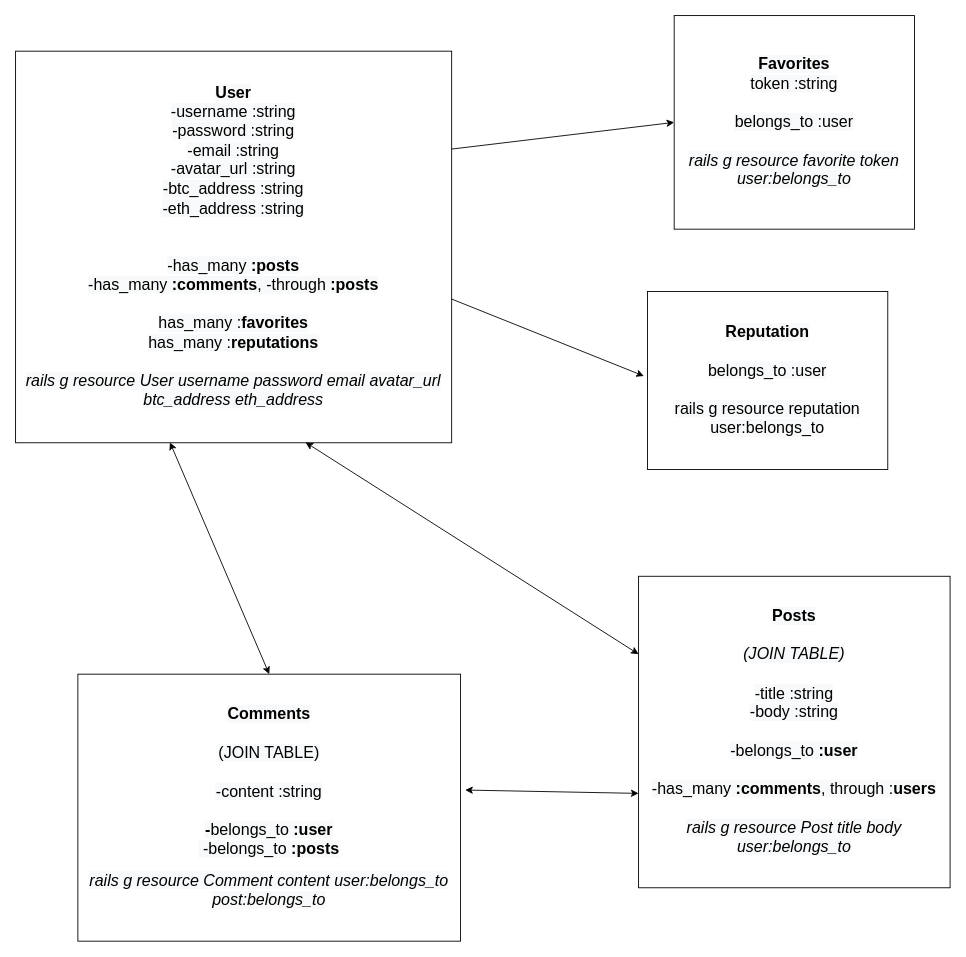
The draw.io diagram page "Backend - associations" (1 of 2) of association-diagram.drawio in mikestarrdev/Crypto-Portal, before the edit. Source tidied: cells renumbered, new cells numbered last; positions are measured from the earlier drawing's top-left corner, leaving out a move shared by most shapes. Both pictures are drawn from the tidied source at 89%, with x=0, y=0 at pixel (15, 15).
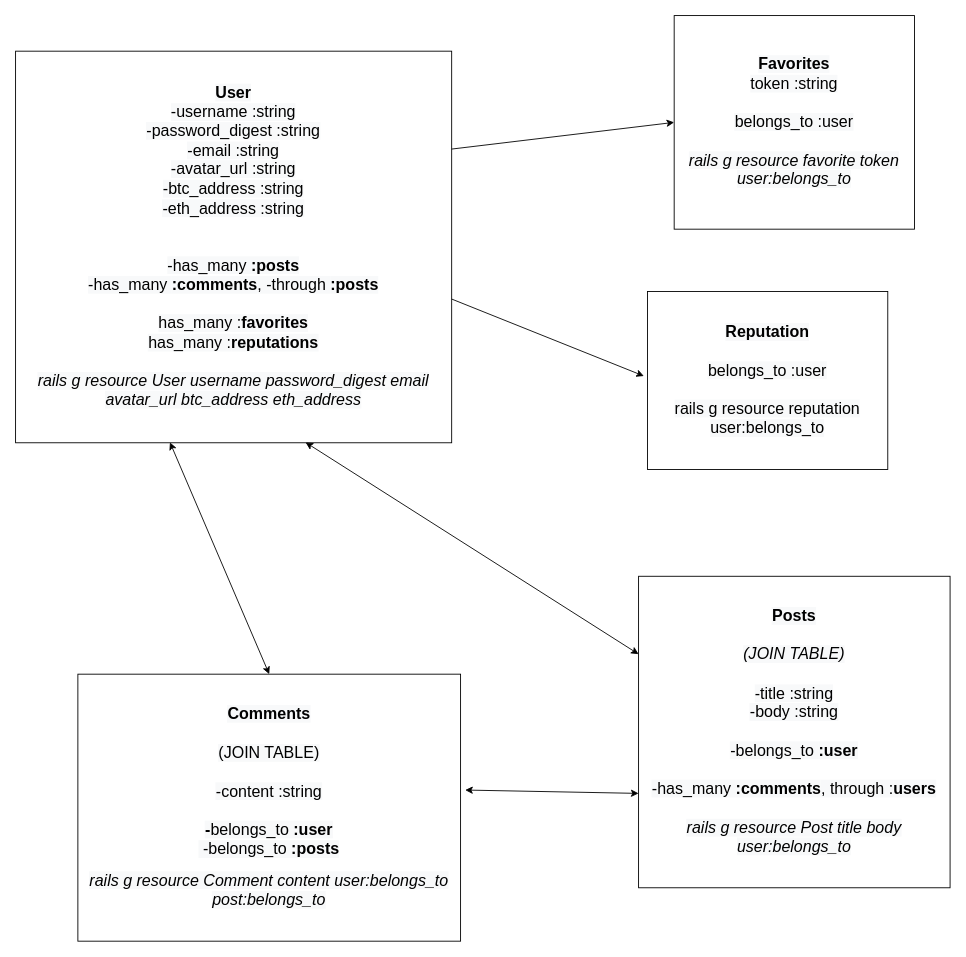
The same page after the edit.

Change to the diagram source:
```diff
@@
 <mxGraphModel>
   <root>
     <mxCell id="0" />
     <mxCell id="1" parent="0" />
-    <mxCell id="2" value="&lt;font style=&quot;font-size: 18px&quot;&gt;&lt;b style=&quot;color: rgb(0 , 0 , 0) ; background-color: rgb(248 , 249 , 250)&quot;&gt;User&lt;/b&gt;&lt;br style=&quot;color: rgb(0 , 0 , 0) ; background-color: rgb(248 , 249 , 250)&quot;&gt;&lt;span style=&quot;color: rgb(0 , 0 , 0) ; background-color: rgb(248 , 249 , 250)&quot;&gt;-username :string&lt;/span&gt;&lt;br style=&quot;color: rgb(0 , 0 , 0) ; background-color: rgb(248 , 249 , 250)&quot;&gt;&lt;span style=&quot;color: rgb(0 , 0 , 0) ; background-color: rgb(248 , 249 , 250)&quot;&gt;-password :string&lt;/span&gt;&lt;br style=&quot;color: rgb(0 , 0 , 0) ; background-color: rgb(248 , 249 , 250)&quot;&gt;&lt;span style=&quot;color: rgb(0 , 0 , 0) ; background-color: rgb(248 , 249 , 250)&quot;&gt;-email :string&lt;/span&gt;&lt;br style=&quot;color: rgb(0 , 0 , 0) ; background-color: rgb(248 , 249 , 250)&quot;&gt;&lt;span style=&quot;color: rgb(0 , 0 , 0) ; background-color: rgb(248 , 249 , 250)&quot;&gt;-avatar_url :string&lt;/span&gt;&lt;br style=&quot;color: rgb(0 , 0 , 0) ; background-color: rgb(248 , 249 , 250)&quot;&gt;&lt;span style=&quot;color: rgb(0 , 0 , 0) ; background-color: rgb(248 , 249 , 250)&quot;&gt;-btc_address :string&lt;/span&gt;&lt;br style=&quot;color: rgb(0 , 0 , 0) ; background-color: rgb(248 , 249 , 250)&quot;&gt;&lt;span style=&quot;color: rgb(0 , 0 , 0) ; background-color: rgb(248 , 249 , 250)&quot;&gt;-eth_address :string&lt;/span&gt;&lt;br style=&quot;color: rgb(0 , 0 , 0) ; background-color: rgb(248 , 249 , 250)&quot;&gt;&lt;br style=&quot;color: rgb(0 , 0 , 0) ; background-color: rgb(248 , 249 , 250)&quot;&gt;&lt;br style=&quot;color: rgb(0 , 0 , 0) ; background-color: rgb(248 , 249 , 250)&quot;&gt;&lt;span style=&quot;color: rgb(0 , 0 , 0) ; background-color: rgb(248 , 249 , 250)&quot;&gt;-has_many&amp;nbsp;&lt;/span&gt;&lt;b style=&quot;color: rgb(0 , 0 , 0) ; background-color: rgb(248 , 249 , 250)&quot;&gt;:posts&lt;/b&gt;&lt;br style=&quot;color: rgb(0 , 0 , 0) ; background-color: rgb(248 , 249 , 250)&quot;&gt;&lt;span style=&quot;color: rgb(0 , 0 , 0) ; background-color: rgb(248 , 249 , 250)&quot;&gt;-has_many&amp;nbsp;&lt;/span&gt;&lt;b style=&quot;color: rgb(0 , 0 , 0) ; background-color: rgb(248 , 249 , 250)&quot;&gt;:comments&lt;/b&gt;&lt;span style=&quot;color: rgb(0 , 0 , 0) ; background-color: rgb(248 , 249 , 250)&quot;&gt;, -through&amp;nbsp;&lt;/span&gt;&lt;b style=&quot;color: rgb(0 , 0 , 0) ; background-color: rgb(248 , 249 , 250)&quot;&gt;:posts&lt;/b&gt;&lt;br style=&quot;color: rgb(0 , 0 , 0) ; background-color: rgb(248 , 249 , 250)&quot;&gt;&lt;br style=&quot;color: rgb(0 , 0 , 0) ; background-color: rgb(248 , 249 , 250)&quot;&gt;&lt;span style=&quot;color: rgb(0 , 0 , 0) ; background-color: rgb(248 , 249 , 250)&quot;&gt;has_many :&lt;/span&gt;&lt;b style=&quot;color: rgb(0 , 0 , 0) ; background-color: rgb(248 , 249 , 250)&quot;&gt;favorites&lt;br&gt;&lt;/b&gt;&lt;span style=&quot;color: rgb(0 , 0 , 0) ; background-color: rgb(248 , 249 , 250)&quot;&gt;has_many :&lt;/span&gt;&lt;b style=&quot;color: rgb(0 , 0 , 0) ; background-color: rgb(248 , 249 , 250)&quot;&gt;reputations&lt;/b&gt;&lt;br style=&quot;color: rgb(0 , 0 , 0) ; background-color: rgb(248 , 249 , 250)&quot;&gt;&lt;br style=&quot;color: rgb(0 , 0 , 0) ; background-color: rgb(248 , 249 , 250)&quot;&gt;&lt;i style=&quot;color: rgb(0 , 0 , 0) ; background-color: rgb(248 , 249 , 250)&quot;&gt;rails g resource User username password email avatar_url btc_address eth_address&lt;/i&gt;&lt;br&gt;&lt;/font&gt;" style="rounded=0;whiteSpace=wrap;html=1;" parent="1" vertex="1">
+    <mxCell id="2" value="&lt;font style=&quot;font-size: 18px&quot;&gt;&lt;b style=&quot;color: rgb(0 , 0 , 0) ; background-color: rgb(248 , 249 , 250)&quot;&gt;User&lt;/b&gt;&lt;br style=&quot;color: rgb(0 , 0 , 0) ; background-color: rgb(248 , 249 , 250)&quot;&gt;&lt;span style=&quot;color: rgb(0 , 0 , 0) ; background-color: rgb(248 , 249 , 250)&quot;&gt;-username :string&lt;/span&gt;&lt;br style=&quot;color: rgb(0 , 0 , 0) ; background-color: rgb(248 , 249 , 250)&quot;&gt;&lt;span style=&quot;color: rgb(0 , 0 , 0) ; background-color: rgb(248 , 249 , 250)&quot;&gt;-password_digest :string&lt;/span&gt;&lt;br style=&quot;color: rgb(0 , 0 , 0) ; background-color: rgb(248 , 249 , 250)&quot;&gt;&lt;span style=&quot;color: rgb(0 , 0 , 0) ; background-color: rgb(248 , 249 , 250)&quot;&gt;-email :string&lt;/span&gt;&lt;br style=&quot;color: rgb(0 , 0 , 0) ; background-color: rgb(248 , 249 , 250)&quot;&gt;&lt;span style=&quot;color: rgb(0 , 0 , 0) ; background-color: rgb(248 , 249 , 250)&quot;&gt;-avatar_url :string&lt;/span&gt;&lt;br style=&quot;color: rgb(0 , 0 , 0) ; background-color: rgb(248 , 249 , 250)&quot;&gt;&lt;span style=&quot;color: rgb(0 , 0 , 0) ; background-color: rgb(248 , 249 , 250)&quot;&gt;-btc_address :string&lt;/span&gt;&lt;br style=&quot;color: rgb(0 , 0 , 0) ; background-color: rgb(248 , 249 , 250)&quot;&gt;&lt;span style=&quot;color: rgb(0 , 0 , 0) ; background-color: rgb(248 , 249 , 250)&quot;&gt;-eth_address :string&lt;/span&gt;&lt;br style=&quot;color: rgb(0 , 0 , 0) ; background-color: rgb(248 , 249 , 250)&quot;&gt;&lt;br style=&quot;color: rgb(0 , 0 , 0) ; background-color: rgb(248 , 249 , 250)&quot;&gt;&lt;br style=&quot;color: rgb(0 , 0 , 0) ; background-color: rgb(248 , 249 , 250)&quot;&gt;&lt;span style=&quot;color: rgb(0 , 0 , 0) ; background-color: rgb(248 , 249 , 250)&quot;&gt;-has_many&amp;nbsp;&lt;/span&gt;&lt;b style=&quot;color: rgb(0 , 0 , 0) ; background-color: rgb(248 , 249 , 250)&quot;&gt;:posts&lt;/b&gt;&lt;br style=&quot;color: rgb(0 , 0 , 0) ; background-color: rgb(248 , 249 , 250)&quot;&gt;&lt;span style=&quot;color: rgb(0 , 0 , 0) ; background-color: rgb(248 , 249 , 250)&quot;&gt;-has_many&amp;nbsp;&lt;/span&gt;&lt;b style=&quot;color: rgb(0 , 0 , 0) ; background-color: rgb(248 , 249 , 250)&quot;&gt;:comments&lt;/b&gt;&lt;span style=&quot;color: rgb(0 , 0 , 0) ; background-color: rgb(248 , 249 , 250)&quot;&gt;, -through&amp;nbsp;&lt;/span&gt;&lt;b style=&quot;color: rgb(0 , 0 , 0) ; background-color: rgb(248 , 249 , 250)&quot;&gt;:posts&lt;/b&gt;&lt;br style=&quot;color: rgb(0 , 0 , 0) ; background-color: rgb(248 , 249 , 250)&quot;&gt;&lt;br style=&quot;color: rgb(0 , 0 , 0) ; background-color: rgb(248 , 249 , 250)&quot;&gt;&lt;span style=&quot;color: rgb(0 , 0 , 0) ; background-color: rgb(248 , 249 , 250)&quot;&gt;has_many :&lt;/span&gt;&lt;b style=&quot;color: rgb(0 , 0 , 0) ; background-color: rgb(248 , 249 , 250)&quot;&gt;favorites&lt;br&gt;&lt;/b&gt;&lt;span style=&quot;color: rgb(0 , 0 , 0) ; background-color: rgb(248 , 249 , 250)&quot;&gt;has_many :&lt;/span&gt;&lt;b style=&quot;color: rgb(0 , 0 , 0) ; background-color: rgb(248 , 249 , 250)&quot;&gt;reputations&lt;/b&gt;&lt;br style=&quot;color: rgb(0 , 0 , 0) ; background-color: rgb(248 , 249 , 250)&quot;&gt;&lt;br style=&quot;color: rgb(0 , 0 , 0) ; background-color: rgb(248 , 249 , 250)&quot;&gt;&lt;i style=&quot;color: rgb(0 , 0 , 0) ; background-color: rgb(248 , 249 , 250)&quot;&gt;rails g resource User username password_digest email avatar_url btc_address eth_address&lt;/i&gt;&lt;br&gt;&lt;/font&gt;" style="rounded=0;whiteSpace=wrap;html=1;" parent="1" vertex="1">
       <mxGeometry y="40" width="490" height="440" as="geometry" />
     </mxCell>
     <mxCell id="3" value="&lt;font style=&quot;font-size: 18px&quot;&gt;&lt;b style=&quot;color: rgb(0 , 0 , 0) ; background-color: rgb(248 , 249 , 250)&quot;&gt;Posts&lt;br&gt;&lt;/b&gt;&lt;br style=&quot;color: rgb(0 , 0 , 0) ; background-color: rgb(248 , 249 , 250)&quot;&gt;&lt;i style=&quot;color: rgb(0 , 0 , 0) ; background-color: rgb(248 , 249 , 250)&quot;&gt;(JOIN TABLE)&lt;/i&gt;&lt;br style=&quot;color: rgb(0 , 0 , 0) ; background-color: rgb(248 , 249 , 250)&quot;&gt;&lt;br style=&quot;color: rgb(0 , 0 , 0) ; background-color: rgb(248 , 249 , 250)&quot;&gt;&lt;span style=&quot;color: rgb(0 , 0 , 0) ; background-color: rgb(248 , 249 , 250)&quot;&gt;-title :string&lt;/span&gt;&lt;br style=&quot;color: rgb(0 , 0 , 0) ; background-color: rgb(248 , 249 , 250)&quot;&gt;&lt;span style=&quot;color: rgb(0 , 0 , 0) ; background-color: rgb(248 , 249 , 250)&quot;&gt;-body :string&lt;/span&gt;&lt;br style=&quot;color: rgb(0 , 0 , 0) ; background-color: rgb(248 , 249 , 250)&quot;&gt;&lt;br style=&quot;color: rgb(0 , 0 , 0) ; background-color: rgb(248 , 249 , 250)&quot;&gt;&lt;span style=&quot;color: rgb(0 , 0 , 0) ; background-color: rgb(248 , 249 , 250)&quot;&gt;-belongs_to&amp;nbsp;&lt;/span&gt;&lt;b style=&quot;color: rgb(0 , 0 , 0) ; background-color: rgb(248 , 249 , 250)&quot;&gt;:user&lt;/b&gt;&lt;b style=&quot;color: rgb(0 , 0 , 0) ; background-color: rgb(248 , 249 , 250)&quot;&gt;&lt;br&gt;&lt;/b&gt;&lt;br style=&quot;color: rgb(0 , 0 , 0) ; background-color: rgb(248 , 249 , 250)&quot;&gt;&lt;span style=&quot;color: rgb(0 , 0 , 0) ; background-color: rgb(248 , 249 , 250)&quot;&gt;-has_many&amp;nbsp;&lt;/span&gt;&lt;b style=&quot;color: rgb(0 , 0 , 0) ; background-color: rgb(248 , 249 , 250)&quot;&gt;:comments&lt;/b&gt;&lt;span style=&quot;color: rgb(0 , 0 , 0) ; background-color: rgb(248 , 249 , 250)&quot;&gt;, through :&lt;/span&gt;&lt;b style=&quot;color: rgb(0 , 0 , 0) ; background-color: rgb(248 , 249 , 250)&quot;&gt;users&lt;/b&gt;&lt;b style=&quot;color: rgb(0 , 0 , 0) ; background-color: rgb(248 , 249 , 250)&quot;&gt;&lt;br&gt;&lt;/b&gt;&lt;br style=&quot;color: rgb(0 , 0 , 0) ; background-color: rgb(248 , 249 , 250)&quot;&gt;&lt;i style=&quot;color: rgb(0 , 0 , 0) ; background-color: rgb(248 , 249 , 250)&quot;&gt;rails g resource Post title body user:belongs_to&lt;/i&gt;&lt;br&gt;&lt;/font&gt;" style="rounded=0;whiteSpace=wrap;html=1;" parent="1" vertex="1">
       <mxGeometry x="700" y="630" width="350" height="350" as="geometry" />
     </mxCell>
     <mxCell id="4" value="&lt;font&gt;&lt;font style=&quot;color: rgb(0 , 0 , 0) ; font-size: 18px ; background-color: rgb(248 , 249 , 250)&quot;&gt;&lt;b&gt;Comments&lt;/b&gt;&lt;b&gt;&lt;br&gt;&lt;/b&gt;&lt;br&gt;(JOIN TABLE)&lt;br&gt;&lt;br&gt;-content :string&lt;br&gt;&lt;br&gt;&lt;b&gt;-&lt;/b&gt;belongs_to&amp;nbsp;&lt;b&gt;:user&lt;/b&gt;&lt;br&gt;&lt;b&gt;&amp;nbsp;&lt;/b&gt;-belongs_to&amp;nbsp;&lt;b&gt;:posts&lt;br&gt;&lt;/b&gt;&lt;/font&gt;&lt;br style=&quot;color: rgb(0 , 0 , 0) ; font-size: 18px ; background-color: rgb(248 , 249 , 250)&quot;&gt;&lt;i style=&quot;color: rgb(0 , 0 , 0) ; font-size: 18px ; background-color: rgb(248 , 249 , 250)&quot;&gt;rails g resource Comment content user:belongs_to post:belongs_to&lt;/i&gt;&lt;br&gt;&lt;/font&gt;" style="rounded=0;whiteSpace=wrap;html=1;" parent="1" vertex="1">
       <mxGeometry x="70" y="740" width="430" height="300" as="geometry" />
     </mxCell>
     <mxCell id="5" style="endArrow=classic;startArrow=classic;html=1;rounded=0;fontSize=18;entryX=0.665;entryY=0.999;entryDx=0;entryDy=0;exitX=0;exitY=0.25;exitDx=0;exitDy=0;entryPerimeter=0;" parent="1" edge="1" source="3" target="2">
       <mxGeometry relative="1" as="geometry" />
     </mxCell>
     <mxCell id="6" style="endArrow=classic;startArrow=classic;html=1;rounded=0;fontSize=18;entryX=0;entryY=0.697;entryDx=0;entryDy=0;entryPerimeter=0;exitX=1.012;exitY=0.434;exitDx=0;exitDy=0;exitPerimeter=0;" parent="1" edge="1" source="4" target="3">
       <mxGeometry relative="1" as="geometry" />
     </mxCell>
     <mxCell id="7" style="endArrow=classic;startArrow=classic;html=1;rounded=0;fontSize=18;exitX=0.5;exitY=0;exitDx=0;exitDy=0;entryX=0.354;entryY=0.999;entryDx=0;entryDy=0;entryPerimeter=0;" parent="1" edge="1" source="4" target="2">
       <mxGeometry relative="1" as="geometry" />
     </mxCell>
     <mxCell id="8" value="&lt;font style=&quot;font-size: 18px&quot;&gt;&lt;b style=&quot;color: rgb(0 , 0 , 0) ; background-color: rgb(248 , 249 , 250)&quot;&gt;Favorites&lt;/b&gt;&lt;br style=&quot;color: rgb(0 , 0 , 0) ; background-color: rgb(248 , 249 , 250)&quot;&gt;&lt;span style=&quot;color: rgb(0 , 0 , 0) ; background-color: rgb(248 , 249 , 250)&quot;&gt;token :string&lt;/span&gt;&lt;br style=&quot;color: rgb(0 , 0 , 0) ; background-color: rgb(248 , 249 , 250)&quot;&gt;&lt;br style=&quot;color: rgb(0 , 0 , 0) ; background-color: rgb(248 , 249 , 250)&quot;&gt;&lt;span style=&quot;color: rgb(0 , 0 , 0) ; background-color: rgb(248 , 249 , 250)&quot;&gt;belongs_to :user&lt;/span&gt;&lt;br style=&quot;color: rgb(0 , 0 , 0) ; background-color: rgb(248 , 249 , 250)&quot;&gt;&lt;br style=&quot;color: rgb(0 , 0 , 0) ; background-color: rgb(248 , 249 , 250)&quot;&gt;&lt;i style=&quot;color: rgb(0 , 0 , 0) ; background-color: rgb(248 , 249 , 250)&quot;&gt;rails g resource favorite token user:belongs_to&lt;/i&gt;&lt;br&gt;&lt;/font&gt;" style="rounded=0;whiteSpace=wrap;html=1;" parent="1" vertex="1">
       <mxGeometry x="740" width="270" height="240" as="geometry" />
     </mxCell>
     <mxCell id="9" style="endArrow=classic;html=1;rounded=0;fontSize=18;exitX=1;exitY=0.25;exitDx=0;exitDy=0;entryX=0;entryY=0.5;entryDx=0;entryDy=0;" parent="1" edge="1" source="2" target="8">
       <mxGeometry relative="1" as="geometry" />
     </mxCell>
     <mxCell id="10" value="&lt;font style=&quot;font-size: 18px&quot;&gt;&lt;b style=&quot;color: rgb(0 , 0 , 0) ; background-color: rgb(248 , 249 , 250)&quot;&gt;Reputation&lt;br&gt;&lt;/b&gt;&lt;br style=&quot;color: rgb(0 , 0 , 0) ; background-color: rgb(248 , 249 , 250)&quot;&gt;&lt;span style=&quot;color: rgb(0 , 0 , 0) ; background-color: rgb(248 , 249 , 250)&quot;&gt;belongs_to :user&lt;/span&gt;&lt;br style=&quot;color: rgb(0 , 0 , 0) ; background-color: rgb(248 , 249 , 250)&quot;&gt;&lt;br style=&quot;color: rgb(0 , 0 , 0) ; background-color: rgb(248 , 249 , 250)&quot;&gt;&lt;span style=&quot;color: rgb(0 , 0 , 0) ; background-color: rgb(248 , 249 , 250)&quot;&gt;rails g resource reputation user:belongs_to&lt;/span&gt;&lt;br&gt;&lt;/font&gt;" style="rounded=0;whiteSpace=wrap;html=1;" parent="1" vertex="1">
       <mxGeometry x="710" y="310" width="270" height="200" as="geometry" />
     </mxCell>
     <mxCell id="11" style="endArrow=classic;html=1;rounded=0;fontSize=18;entryX=-0.015;entryY=0.475;entryDx=0;entryDy=0;entryPerimeter=0;exitX=1;exitY=0.633;exitDx=0;exitDy=0;exitPerimeter=0;" parent="1" edge="1" source="2" target="10">
       <mxGeometry relative="1" as="geometry" />
     </mxCell>
   </root>
 </mxGraphModel>
```
